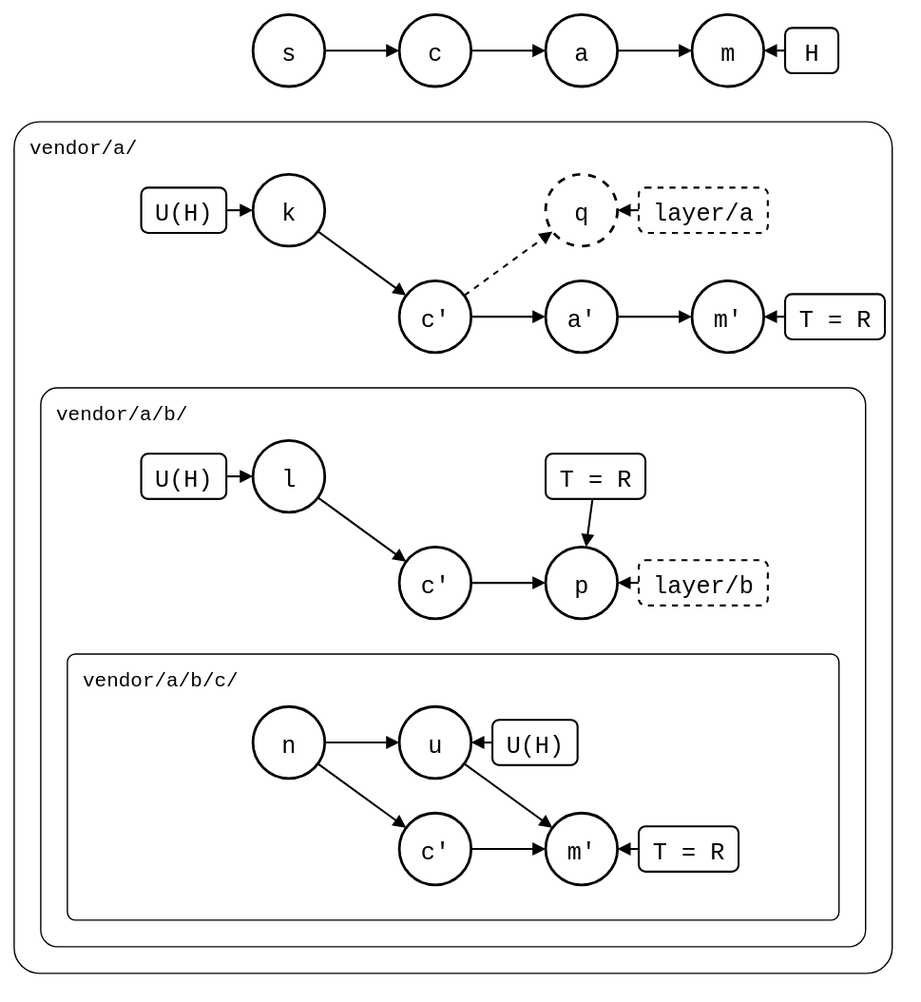
Earlier version of the draw.io export docs/09-scenarios/05-nested-splices/01-nested-splices/02-three-levels/levels-pushed.drawio.svg (roschaefer/git-splice). Source tidied: cells renumbered, new cells last; positions are measured from the earlier drawing's top-left corner, leaving out a move shared by most shapes.
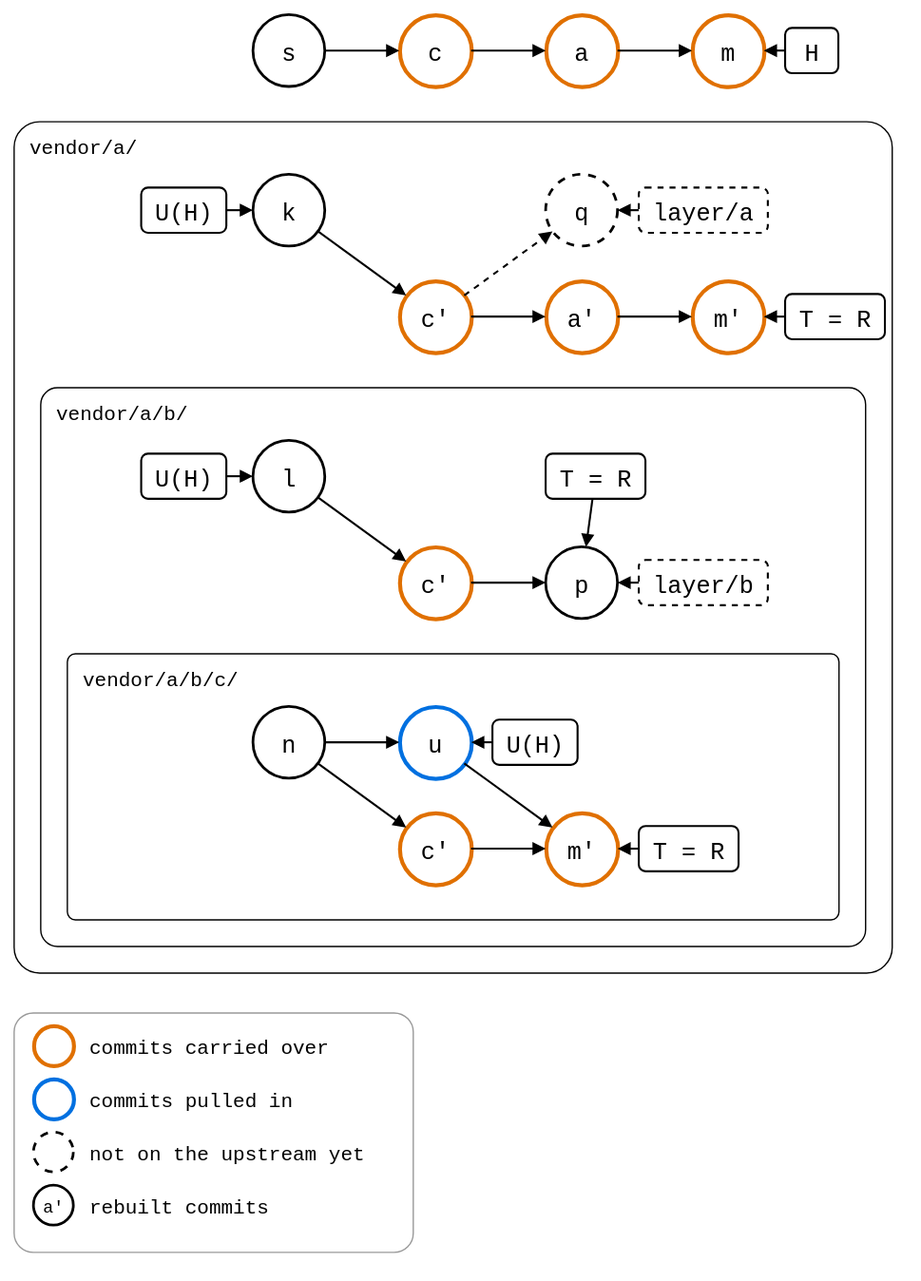
Later version of the same file.

What changed in the source:
```diff
@@ -14,19 +14,19 @@
     <mxCell id="5" value="s" style="ellipse;strokeWidth=2;fontSize=18;fontFamily=Roboto Mono,monospace;" parent="1" vertex="1">
       <mxGeometry x="180" width="54" height="54" as="geometry" />
     </mxCell>
-    <mxCell id="6" value="c" style="ellipse;strokeWidth=2;fontSize=18;fontFamily=Roboto Mono,monospace;" parent="1" vertex="1">
+    <mxCell id="6" value="c" style="ellipse;strokeWidth=2;fontSize=18;fontFamily=Roboto Mono,monospace;strokeColor=#E07000;strokeWidth=3;" parent="1" vertex="1">
       <mxGeometry x="290" width="54" height="54" as="geometry" />
     </mxCell>
     <mxCell id="7" style="endArrow=block;endFill=1;html=1;strokeWidth=1.5;rounded=0;" parent="1" edge="1" source="5" target="6">
       <mxGeometry relative="1" as="geometry" />
     </mxCell>
-    <mxCell id="8" value="a" style="ellipse;strokeWidth=2;fontSize=18;fontFamily=Roboto Mono,monospace;" parent="1" vertex="1">
+    <mxCell id="8" value="a" style="ellipse;strokeWidth=2;fontSize=18;fontFamily=Roboto Mono,monospace;strokeColor=#E07000;strokeWidth=3;" parent="1" vertex="1">
       <mxGeometry x="400" width="54" height="54" as="geometry" />
     </mxCell>
     <mxCell id="9" style="endArrow=block;endFill=1;html=1;strokeWidth=1.5;rounded=0;" parent="1" edge="1" source="6" target="8">
       <mxGeometry relative="1" as="geometry" />
     </mxCell>
-    <mxCell id="10" value="m" style="ellipse;strokeWidth=2;fontSize=18;fontFamily=Roboto Mono,monospace;" parent="1" vertex="1">
+    <mxCell id="10" value="m" style="ellipse;strokeWidth=2;fontSize=18;fontFamily=Roboto Mono,monospace;strokeColor=#E07000;strokeWidth=3;" parent="1" vertex="1">
       <mxGeometry x="510" width="54" height="54" as="geometry" />
     </mxCell>
     <mxCell id="11" style="endArrow=block;endFill=1;html=1;strokeWidth=1.5;rounded=0;" parent="1" edge="1" source="8" target="10">
@@ -41,7 +41,7 @@
     <mxCell id="14" value="k" style="ellipse;strokeWidth=2;fontSize=18;fontFamily=Roboto Mono,monospace;" parent="1" vertex="1">
       <mxGeometry x="180" y="120" width="54" height="54" as="geometry" />
     </mxCell>
-    <mxCell id="15" value="c'" style="ellipse;strokeWidth=2;fontSize=18;fontFamily=Roboto Mono,monospace;" parent="1" vertex="1">
+    <mxCell id="15" value="c'" style="ellipse;strokeWidth=2;fontSize=18;fontFamily=Roboto Mono,monospace;strokeColor=#E07000;strokeWidth=3;" parent="1" vertex="1">
       <mxGeometry x="290" y="200" width="54" height="54" as="geometry" />
     </mxCell>
     <mxCell id="16" style="endArrow=block;endFill=1;html=1;strokeWidth=1.5;rounded=0;" parent="1" edge="1" source="14" target="15">
@@ -50,7 +50,7 @@
     <mxCell id="17" value="l" style="ellipse;strokeWidth=2;fontSize=18;fontFamily=Roboto Mono,monospace;" parent="1" vertex="1">
       <mxGeometry x="180" y="320" width="54" height="54" as="geometry" />
     </mxCell>
-    <mxCell id="18" value="c'" style="ellipse;strokeWidth=2;fontSize=18;fontFamily=Roboto Mono,monospace;" parent="1" vertex="1">
+    <mxCell id="18" value="c'" style="ellipse;strokeWidth=2;fontSize=18;fontFamily=Roboto Mono,monospace;strokeColor=#E07000;strokeWidth=3;" parent="1" vertex="1">
       <mxGeometry x="290" y="400" width="54" height="54" as="geometry" />
     </mxCell>
     <mxCell id="19" style="endArrow=block;endFill=1;html=1;strokeWidth=1.5;rounded=0;" parent="1" edge="1" source="17" target="18">
@@ -59,13 +59,13 @@
     <mxCell id="20" value="n" style="ellipse;strokeWidth=2;fontSize=18;fontFamily=Roboto Mono,monospace;" parent="1" vertex="1">
       <mxGeometry x="180" y="520" width="54" height="54" as="geometry" />
     </mxCell>
-    <mxCell id="21" value="u" style="ellipse;strokeWidth=2;fontSize=18;fontFamily=Roboto Mono,monospace;" parent="1" vertex="1">
+    <mxCell id="21" value="u" style="ellipse;strokeWidth=2;fontSize=18;fontFamily=Roboto Mono,monospace;strokeColor=#0070E0;strokeWidth=3;" parent="1" vertex="1">
       <mxGeometry x="290" y="520" width="54" height="54" as="geometry" />
     </mxCell>
     <mxCell id="22" style="endArrow=block;endFill=1;html=1;strokeWidth=1.5;rounded=0;" parent="1" edge="1" source="20" target="21">
       <mxGeometry relative="1" as="geometry" />
     </mxCell>
-    <mxCell id="23" value="c'" style="ellipse;strokeWidth=2;fontSize=18;fontFamily=Roboto Mono,monospace;" parent="1" vertex="1">
+    <mxCell id="23" value="c'" style="ellipse;strokeWidth=2;fontSize=18;fontFamily=Roboto Mono,monospace;strokeColor=#E07000;strokeWidth=3;" parent="1" vertex="1">
       <mxGeometry x="290" y="600" width="54" height="54" as="geometry" />
     </mxCell>
     <mxCell id="24" style="endArrow=block;endFill=1;html=1;strokeWidth=1.5;rounded=0;" parent="1" edge="1" source="20" target="23">
@@ -95,19 +95,19 @@
     <mxCell id="32" style="endArrow=block;endFill=1;html=1;strokeWidth=1.5;rounded=0;dashed=1;" parent="1" edge="1" source="15" target="31">
       <mxGeometry relative="1" as="geometry" />
     </mxCell>
-    <mxCell id="33" value="a'" style="ellipse;strokeWidth=2;fontSize=18;fontFamily=Roboto Mono,monospace;" parent="1" vertex="1">
+    <mxCell id="33" value="a'" style="ellipse;strokeWidth=2;fontSize=18;fontFamily=Roboto Mono,monospace;strokeColor=#E07000;strokeWidth=3;" parent="1" vertex="1">
       <mxGeometry x="400" y="200" width="54" height="54" as="geometry" />
     </mxCell>
     <mxCell id="34" style="endArrow=block;endFill=1;html=1;strokeWidth=1.5;rounded=0;" parent="1" edge="1" source="15" target="33">
       <mxGeometry relative="1" as="geometry" />
     </mxCell>
-    <mxCell id="35" value="m'" style="ellipse;strokeWidth=2;fontSize=18;fontFamily=Roboto Mono,monospace;" parent="1" vertex="1">
+    <mxCell id="35" value="m'" style="ellipse;strokeWidth=2;fontSize=18;fontFamily=Roboto Mono,monospace;strokeColor=#E07000;strokeWidth=3;" parent="1" vertex="1">
       <mxGeometry x="510" y="200" width="54" height="54" as="geometry" />
     </mxCell>
     <mxCell id="36" style="endArrow=block;endFill=1;html=1;strokeWidth=1.5;rounded=0;" parent="1" edge="1" source="33" target="35">
       <mxGeometry relative="1" as="geometry" />
     </mxCell>
-    <mxCell id="37" value="m'" style="ellipse;strokeWidth=2;fontSize=18;fontFamily=Roboto Mono,monospace;" parent="1" vertex="1">
+    <mxCell id="37" value="m'" style="ellipse;strokeWidth=2;fontSize=18;fontFamily=Roboto Mono,monospace;strokeColor=#E07000;strokeWidth=3;" parent="1" vertex="1">
       <mxGeometry x="400" y="600" width="54" height="54" as="geometry" />
     </mxCell>
     <mxCell id="38" style="endArrow=block;endFill=1;html=1;strokeWidth=1.5;rounded=0;" parent="1" edge="1" source="23" target="37">
@@ -152,5 +152,32 @@
     <mxCell id="51" style="endArrow=block;endFill=1;html=1;strokeWidth=1.5;rounded=0;" parent="1" edge="1" source="50" target="21">
       <mxGeometry relative="1" as="geometry" />
     </mxCell>
+    <mxCell id="52" style="rounded=1;arcSize=8;fillColor=none;strokeColor=#999999;strokeWidth=1;legend=1;" parent="1" vertex="1">
+      <mxGeometry y="750" width="300" height="180" as="geometry" />
+    </mxCell>
+    <mxCell id="53" style="ellipse;fontSize=13;fontFamily=Roboto Mono,monospace;strokeWidth=2;strokeColor=#E07000;strokeWidth=3;" parent="52" vertex="1">
+      <mxGeometry x="15" y="10" width="30" height="30" as="geometry" />
+    </mxCell>
+    <mxCell id="54" value="commits carried over" style="text;align=left;verticalAlign=middle;fontSize=15;fontFamily=Roboto Mono,monospace;" parent="52" vertex="1">
+      <mxGeometry x="55" y="10" width="240" height="30" as="geometry" />
+    </mxCell>
+    <mxCell id="55" style="ellipse;fontSize=13;fontFamily=Roboto Mono,monospace;strokeWidth=2;strokeColor=#0070E0;strokeWidth=3;" parent="52" vertex="1">
+      <mxGeometry x="15" y="50" width="30" height="30" as="geometry" />
+    </mxCell>
+    <mxCell id="56" value="commits pulled in" style="text;align=left;verticalAlign=middle;fontSize=15;fontFamily=Roboto Mono,monospace;" parent="52" vertex="1">
+      <mxGeometry x="55" y="50" width="240" height="30" as="geometry" />
+    </mxCell>
+    <mxCell id="57" style="ellipse;fontSize=13;fontFamily=Roboto Mono,monospace;strokeWidth=2;dashed=1;" parent="52" vertex="1">
+      <mxGeometry x="15" y="90" width="30" height="30" as="geometry" />
+    </mxCell>
+    <mxCell id="58" value="not on the upstream yet" style="text;align=left;verticalAlign=middle;fontSize=15;fontFamily=Roboto Mono,monospace;" parent="52" vertex="1">
+      <mxGeometry x="55" y="90" width="240" height="30" as="geometry" />
+    </mxCell>
+    <mxCell id="59" value="a'" style="ellipse;fontSize=13;fontFamily=Roboto Mono,monospace;strokeWidth=2;" parent="52" vertex="1">
+      <mxGeometry x="15" y="130" width="30" height="30" as="geometry" />
+    </mxCell>
+    <mxCell id="60" value="rebuilt commits" style="text;align=left;verticalAlign=middle;fontSize=15;fontFamily=Roboto Mono,monospace;" parent="52" vertex="1">
+      <mxGeometry x="55" y="130" width="240" height="30" as="geometry" />
+    </mxCell>
   </root>
 </mxGraphModel>
```
